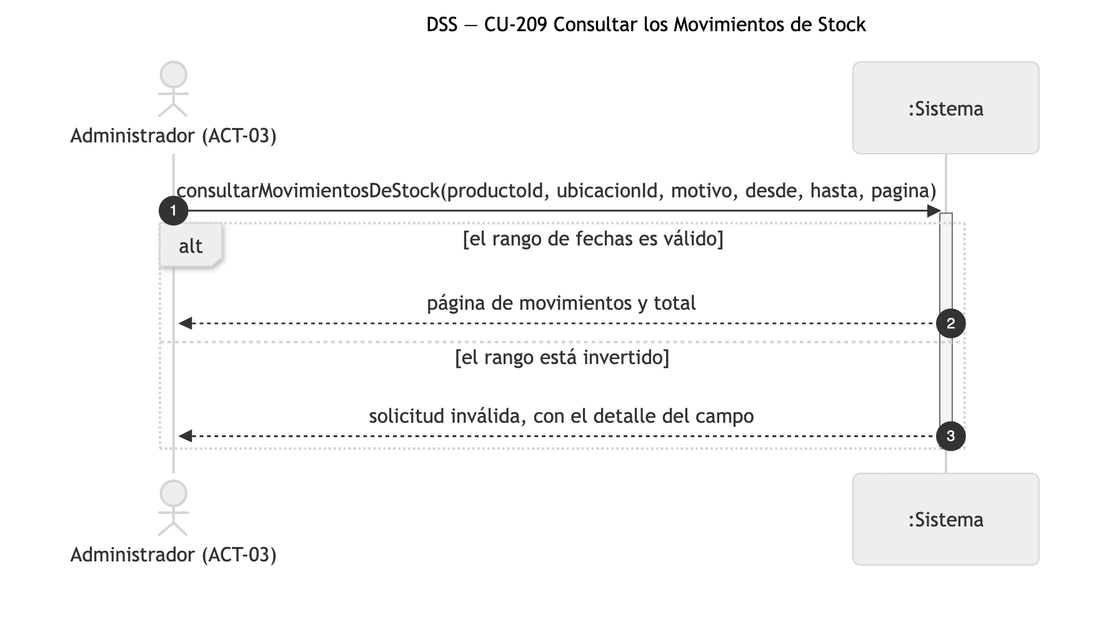
Earlier version of the Mermaid export diagramas/png/DSS_CU-209_Consultar-los-Movimientos-de-Stock.png (Nahuelito-Dev/splg-docs). Its source is kept beside it as diagramas/DSS_CU-209_Consultar-los-Movimientos-de-Stock.mmd. Its diagram source:
```mermaid
sequenceDiagram
    title DSS — CU-209 Consultar los Movimientos de Stock
    autonumber
    actor ADM as Administrador (ACT-03)
    participant SIS as :Sistema

    ADM->>SIS: consultarMovimientosDeStock(productoId, ubicacionId, motivo, desde, hasta, pagina)
    activate SIS
    alt el rango de fechas es válido
        SIS-->>ADM: página de movimientos y total
    else el rango está invertido
        SIS-->>ADM: solicitud inválida, con el detalle del campo
    end
    deactivate SIS
```
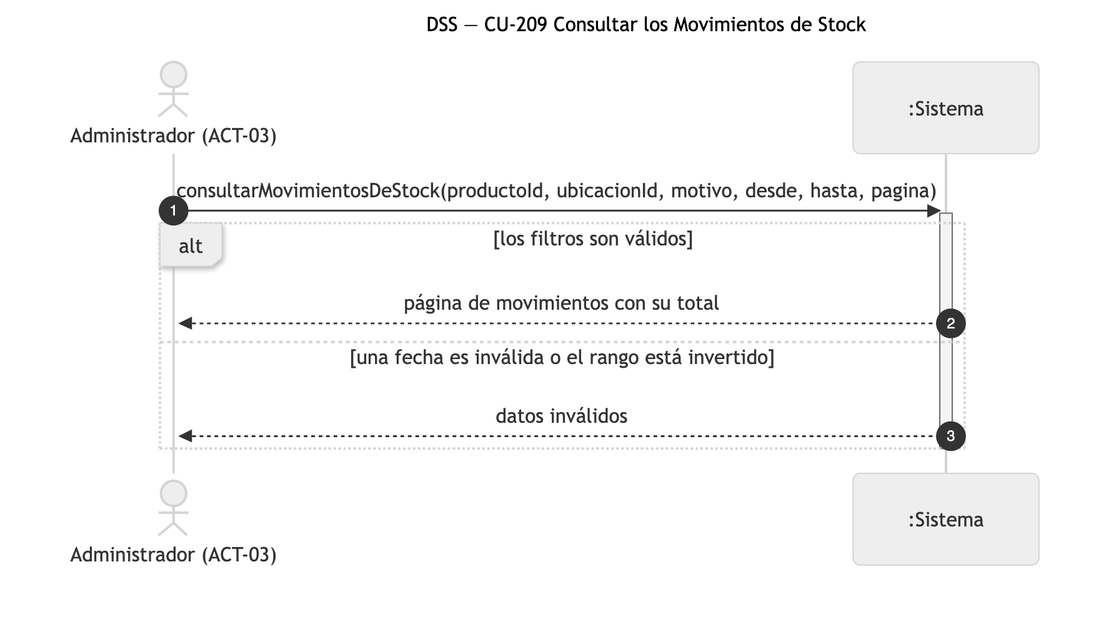
Later version of the same file.

What changed in the source:
```diff
@@ -6,9 +6,9 @@
 
     ADM->>SIS: consultarMovimientosDeStock(productoId, ubicacionId, motivo, desde, hasta, pagina)
     activate SIS
-    alt el rango de fechas es válido
-        SIS-->>ADM: página de movimientos y total
-    else el rango está invertido
-        SIS-->>ADM: solicitud inválida, con el detalle del campo
+    alt los filtros son válidos
+        SIS-->>ADM: página de movimientos con su total
+    else una fecha es inválida o el rango está invertido
+        SIS-->>ADM: datos inválidos
     end
     deactivate SIS
```
